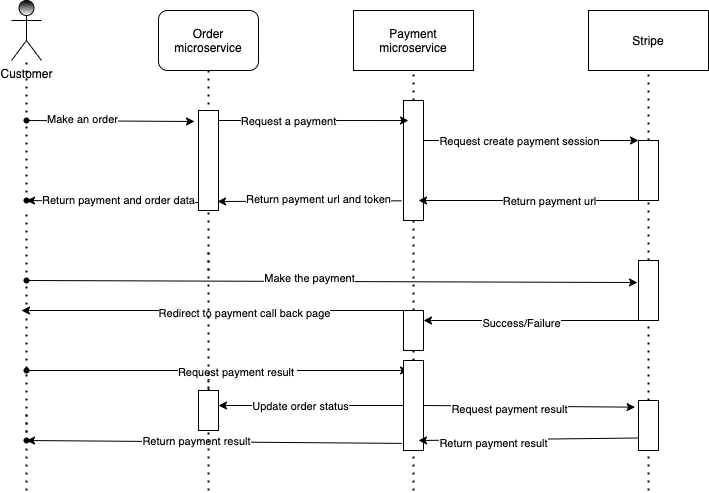
Before: flow.drawio.png, a diagram exported from draw.io (ltlkong/stripe-payment). Source tidied: cells renumbered, new cells last; positions are measured from the earlier drawing's top-left corner, leaving out a move shared by most shapes.
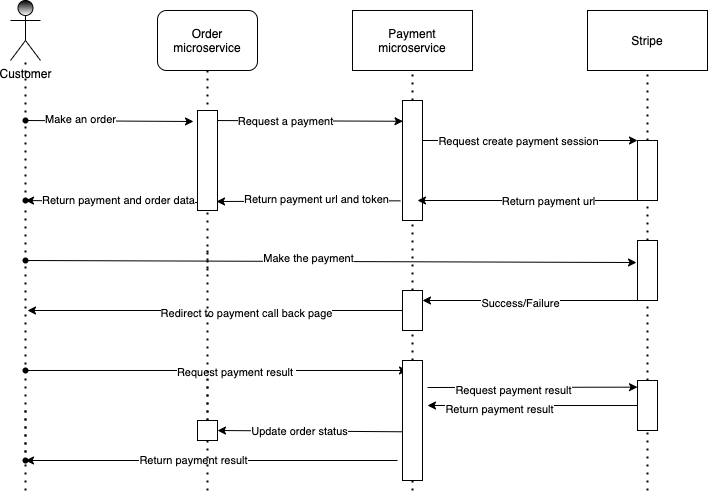
The same diagram one commit later.

Diff of the diagram source:
```diff
@@ -42,7 +42,7 @@
     <mxCell id="13" style="endArrow=none;dashed=1;html=1;dashPattern=1 3;strokeWidth=2;entryX=0.5;entryY=1;entryDx=0;entryDy=0;startArrow=none;" parent="1" edge="1" source="17" target="6">
       <mxGeometry relative="1" as="geometry" />
     </mxCell>
-    <mxCell id="14" style="edgeStyle=none;html=1;startArrow=none;entryX=0.25;entryY=0.167;entryDx=0;entryDy=0;entryPerimeter=0;" parent="1" edge="1" source="17" target="11">
+    <mxCell id="14" style="edgeStyle=none;html=1;startArrow=none;entryX=0.024;entryY=0.173;entryDx=0;entryDy=0;entryPerimeter=0;" parent="1" edge="1" source="17" target="11">
       <mxGeometry relative="1" as="geometry" />
     </mxCell>
     <mxCell id="15" value="Request a payment" style="edgeLabel;html=1;align=center;verticalAlign=middle;" parent="14" vertex="1">
@@ -105,7 +105,7 @@
       </mxGeometry>
     </mxCell>
     <mxCell id="31" style="shape=waypoint;sketch=0;fillStyle=solid;size=6;points=[];fillColor=none;perimeter=centerPerimeter;snapToPoint=1;" parent="1" vertex="1">
-      <mxGeometry y="260" width="40" height="40" as="geometry" />
+      <mxGeometry y="240" width="40" height="40" as="geometry" />
     </mxCell>
     <mxCell id="32" style="endArrow=none;dashed=1;html=1;dashPattern=1 3;strokeWidth=2;entryX=0.475;entryY=0.35;entryDx=0;entryDy=0;entryPerimeter=0;startArrow=none;exitX=0.5;exitY=-0.071;exitDx=0;exitDy=0;exitPerimeter=0;" parent="1" edge="1" source="56" target="31">
       <mxGeometry relative="1" as="geometry" />
@@ -117,22 +117,20 @@
       <mxGeometry x="0.1" y="2" relative="1" as="geometry" />
     </mxCell>
     <mxCell id="35" style="rounded=0;whiteSpace=wrap;html=1;" parent="1" vertex="1">
-      <mxGeometry x="632" y="260" width="20" height="60" as="geometry" />
+      <mxGeometry x="632" y="240" width="20" height="60" as="geometry" />
     </mxCell>
     <mxCell id="36" style="endArrow=none;dashed=1;html=1;dashPattern=1 3;strokeWidth=2;entryX=0.5;entryY=1;entryDx=0;entryDy=0;startArrow=none;" parent="1" edge="1" source="60" target="35">
       <mxGeometry relative="1" as="geometry" />
     </mxCell>
-    <mxCell id="37" style="edgeStyle=none;html=1;exitX=0;exitY=0.5;exitDx=0;exitDy=0;" parent="1" edge="1" source="54">
-      <mxGeometry relative="1" as="geometry">
-        <mxPoint x="212" y="405" as="targetPoint" />
-      </mxGeometry>
+    <mxCell id="37" style="edgeStyle=none;html=1;exitX=0.022;exitY=0.594;exitDx=0;exitDy=0;exitPerimeter=0;entryX=1;entryY=0.5;entryDx=0;entryDy=0;" parent="1" edge="1" source="54" target="66">
+      <mxGeometry relative="1" as="geometry" />
     </mxCell>
     <mxCell id="38" value="Update order status" style="edgeLabel;html=1;align=center;verticalAlign=middle;" parent="37" vertex="1">
       <mxGeometry x="0.12" relative="1" as="geometry" />
     </mxCell>
-    <mxCell id="39" style="edgeStyle=none;html=1;exitX=0;exitY=0;exitDx=0;exitDy=0;" parent="1" edge="1" source="41">
+    <mxCell id="39" style="edgeStyle=none;html=1;exitX=0;exitY=0.5;exitDx=0;exitDy=0;" parent="1" edge="1" source="41">
       <mxGeometry relative="1" as="geometry">
-        <mxPoint x="15" y="310" as="targetPoint" />
+        <mxPoint x="22" y="310" as="targetPoint" />
       </mxGeometry>
     </mxCell>
     <mxCell id="40" value="Redirect to payment call back page" style="edgeLabel;html=1;align=center;verticalAlign=middle;" parent="39" vertex="1">
@@ -141,7 +139,7 @@
       </mxGeometry>
     </mxCell>
     <mxCell id="41" style="rounded=0;whiteSpace=wrap;html=1;" parent="1" vertex="1">
-      <mxGeometry x="397" y="310" width="20" height="40" as="geometry" />
+      <mxGeometry x="397" y="290" width="20" height="40" as="geometry" />
     </mxCell>
     <mxCell id="42" style="endArrow=none;dashed=1;html=1;dashPattern=1 3;strokeWidth=2;entryX=0.5;entryY=1;entryDx=0;entryDy=0;startArrow=none;" parent="1" edge="1" source="54" target="41">
       <mxGeometry relative="1" as="geometry" />
@@ -177,16 +175,20 @@
         <mxPoint x="20" y="410" as="targetPoint" />
       </mxGeometry>
     </mxCell>
-    <mxCell id="50" style="edgeStyle=none;html=1;exitX=-0.088;exitY=0.921;exitDx=0;exitDy=0;entryX=0.65;entryY=0.475;entryDx=0;entryDy=0;entryPerimeter=0;exitPerimeter=0;" parent="1" edge="1" source="54" target="56">
-      <mxGeometry relative="1" as="geometry" />
+    <mxCell id="50" style="edgeStyle=none;html=1;entryX=0.55;entryY=0.5;entryDx=0;entryDy=0;entryPerimeter=0;" parent="1" edge="1" target="56">
+      <mxGeometry relative="1" as="geometry">
+        <mxPoint x="392" y="460" as="sourcePoint" />
+      </mxGeometry>
     </mxCell>
     <mxCell id="51" value="Return payment result" style="edgeLabel;html=1;align=center;verticalAlign=middle;" parent="50" vertex="1">
       <mxGeometry x="0.24" y="-1" relative="1" as="geometry">
         <mxPoint x="27" as="offset" />
       </mxGeometry>
     </mxCell>
-    <mxCell id="52" style="edgeStyle=none;html=1;exitX=1;exitY=0.5;exitDx=0;exitDy=0;entryX=-0.171;entryY=0.133;entryDx=0;entryDy=0;entryPerimeter=0;" parent="1" edge="1" source="54" target="60">
-      <mxGeometry relative="1" as="geometry" />
+    <mxCell id="52" style="edgeStyle=none;html=1;entryX=0;entryY=0.133;entryDx=0;entryDy=0;entryPerimeter=0;" parent="1" edge="1" target="60">
+      <mxGeometry relative="1" as="geometry">
+        <mxPoint x="422" y="387" as="sourcePoint" />
+      </mxGeometry>
     </mxCell>
     <mxCell id="53" value="Request payment result" style="edgeLabel;html=1;align=center;verticalAlign=middle;" parent="52" vertex="1">
       <mxGeometry x="-0.19" y="-2" relative="1" as="geometry">
@@ -194,7 +196,7 @@
       </mxGeometry>
     </mxCell>
     <mxCell id="54" style="rounded=0;whiteSpace=wrap;html=1;" parent="1" vertex="1">
-      <mxGeometry x="397" y="360" width="20" height="90" as="geometry" />
+      <mxGeometry x="397" y="360" width="20" height="120" as="geometry" />
     </mxCell>
     <mxCell id="55" style="endArrow=none;dashed=1;html=1;dashPattern=1 3;strokeWidth=2;entryX=0.5;entryY=1;entryDx=0;entryDy=0;" parent="1" edge="1" target="54">
       <mxGeometry relative="1" as="geometry">
@@ -202,23 +204,23 @@
       </mxGeometry>
     </mxCell>
     <mxCell id="56" style="shape=waypoint;sketch=0;fillStyle=solid;size=6;points=[];fillColor=none;perimeter=centerPerimeter;snapToPoint=1;" parent="1" vertex="1">
-      <mxGeometry y="420" width="40" height="40" as="geometry" />
+      <mxGeometry y="440" width="40" height="40" as="geometry" />
     </mxCell>
     <mxCell id="57" style="endArrow=none;dashed=1;html=1;dashPattern=1 3;strokeWidth=2;entryDx=0;entryDy=0;entryPerimeter=0;" parent="1" edge="1" target="56">
       <mxGeometry relative="1" as="geometry">
         <mxPoint x="20" y="490" as="sourcePoint" />
       </mxGeometry>
     </mxCell>
-    <mxCell id="58" style="edgeStyle=none;html=1;exitX=0;exitY=0.75;exitDx=0;exitDy=0;" parent="1" edge="1" source="60">
+    <mxCell id="58" style="edgeStyle=none;html=1;exitX=0;exitY=0.5;exitDx=0;exitDy=0;" parent="1" edge="1" source="60">
       <mxGeometry relative="1" as="geometry">
-        <mxPoint x="412" y="440" as="targetPoint" />
+        <mxPoint x="422" y="405" as="targetPoint" />
       </mxGeometry>
     </mxCell>
     <mxCell id="59" value="Return payment result" style="edgeLabel;html=1;align=center;verticalAlign=middle;" parent="58" vertex="1">
       <mxGeometry x="0.32" y="3" relative="1" as="geometry" />
     </mxCell>
     <mxCell id="60" style="rounded=0;whiteSpace=wrap;html=1;" parent="1" vertex="1">
-      <mxGeometry x="632" y="400" width="20" height="50" as="geometry" />
+      <mxGeometry x="632" y="380" width="20" height="50" as="geometry" />
     </mxCell>
     <mxCell id="61" style="endArrow=none;dashed=1;html=1;dashPattern=1 3;strokeWidth=2;entryX=0.5;entryY=1;entryDx=0;entryDy=0;" parent="1" edge="1" target="60">
       <mxGeometry relative="1" as="geometry">
@@ -242,7 +244,7 @@
       <mxGeometry x="192" y="110" width="20" height="100" as="geometry" />
     </mxCell>
     <mxCell id="66" style="rounded=0;whiteSpace=wrap;html=1;" parent="1" vertex="1">
-      <mxGeometry x="192" y="390" width="20" height="40" as="geometry" />
+      <mxGeometry x="192" y="420" width="20" height="20" as="geometry" />
     </mxCell>
     <mxCell id="67" style="endArrow=none;dashed=1;html=1;dashPattern=1 3;strokeWidth=2;startArrow=none;" parent="1" edge="1" target="66">
       <mxGeometry relative="1" as="geometry">
```
